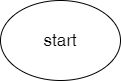
This is Homework/Lesson01/task6/alg.drawio.png from sergdmi/3-Code, a draw.io export, as it was before one commit. Source tidied: cells renumbered, new cells last; positions are measured from the earlier drawing's top-left corner, leaving out a move shared by most shapes.
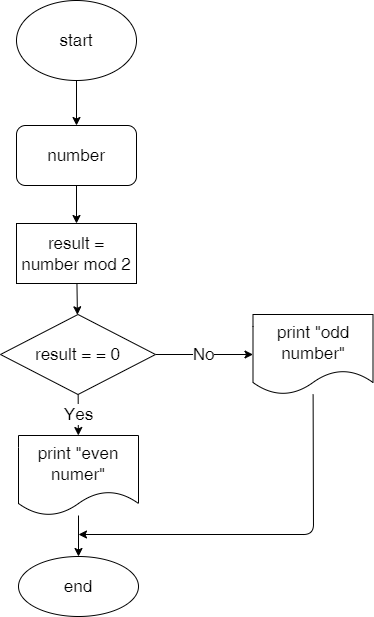
Later version of the same file.

Diff of the diagram source:
```diff
@@ -2,8 +2,52 @@
   <root>
     <mxCell id="0" />
     <mxCell id="1" parent="0" />
+    <mxCell id="3" style="edgeStyle=none;html=1;fontSize=17;" parent="1" edge="1" source="2" target="5">
+      <mxGeometry relative="1" as="geometry" />
+    </mxCell>
     <mxCell id="2" value="start" style="ellipse;whiteSpace=wrap;html=1;fontSize=17;" parent="1" vertex="1">
       <mxGeometry width="120" height="80" as="geometry" />
     </mxCell>
+    <mxCell id="4" style="edgeStyle=none;html=1;fontSize=17;" parent="1" edge="1" source="5" target="7">
+      <mxGeometry relative="1" as="geometry" />
+    </mxCell>
+    <mxCell id="5" value="number" style="rounded=1;whiteSpace=wrap;html=1;fontSize=17;" parent="1" vertex="1">
+      <mxGeometry y="125" width="120" height="60" as="geometry" />
+    </mxCell>
+    <mxCell id="6" style="edgeStyle=none;html=1;fontSize=17;" parent="1" edge="1" source="7" target="10">
+      <mxGeometry relative="1" as="geometry" />
+    </mxCell>
+    <mxCell id="7" value="result = number mod 2" style="rounded=0;whiteSpace=wrap;html=1;fontSize=17;" parent="1" vertex="1">
+      <mxGeometry y="223" width="120" height="60" as="geometry" />
+    </mxCell>
+    <mxCell id="8" value="Yes" style="edgeStyle=none;html=1;fontSize=17;" parent="1" edge="1" source="10" target="12">
+      <mxGeometry relative="1" as="geometry" />
+    </mxCell>
+    <mxCell id="9" value="No" style="edgeStyle=none;html=1;fontSize=17;" parent="1" edge="1" source="10" target="14">
+      <mxGeometry relative="1" as="geometry" />
+    </mxCell>
+    <mxCell id="10" value="result = = 0" style="rhombus;whiteSpace=wrap;html=1;fontSize=17;rounded=0;" parent="1" vertex="1">
+      <mxGeometry x="-16" y="314" width="155" height="80" as="geometry" />
+    </mxCell>
+    <mxCell id="11" style="edgeStyle=none;html=1;fontSize=17;" parent="1" edge="1" source="12" target="15">
+      <mxGeometry relative="1" as="geometry" />
+    </mxCell>
+    <mxCell id="12" value="print &quot;even numer&quot;" style="shape=document;whiteSpace=wrap;html=1;boundedLbl=1;fontSize=17;" parent="1" vertex="1">
+      <mxGeometry x="2" y="435" width="120" height="80" as="geometry" />
+    </mxCell>
+    <mxCell id="13" style="edgeStyle=none;html=1;fontSize=17;" parent="1" edge="1" source="14">
+      <mxGeometry relative="1" as="geometry">
+        <mxPoint x="62" y="534" as="targetPoint" />
+        <Array as="points">
+          <mxPoint x="297" y="534" />
+        </Array>
+      </mxGeometry>
+    </mxCell>
+    <mxCell id="14" value="print &quot;odd number&quot;" style="shape=document;whiteSpace=wrap;html=1;boundedLbl=1;fontSize=17;rounded=0;" parent="1" vertex="1">
+      <mxGeometry x="236.5" y="314" width="120" height="80" as="geometry" />
+    </mxCell>
+    <mxCell id="15" value="end" style="ellipse;whiteSpace=wrap;html=1;fontSize=17;" parent="1" vertex="1">
+      <mxGeometry x="2" y="556" width="120" height="60" as="geometry" />
+    </mxCell>
   </root>
 </mxGraphModel>
```
